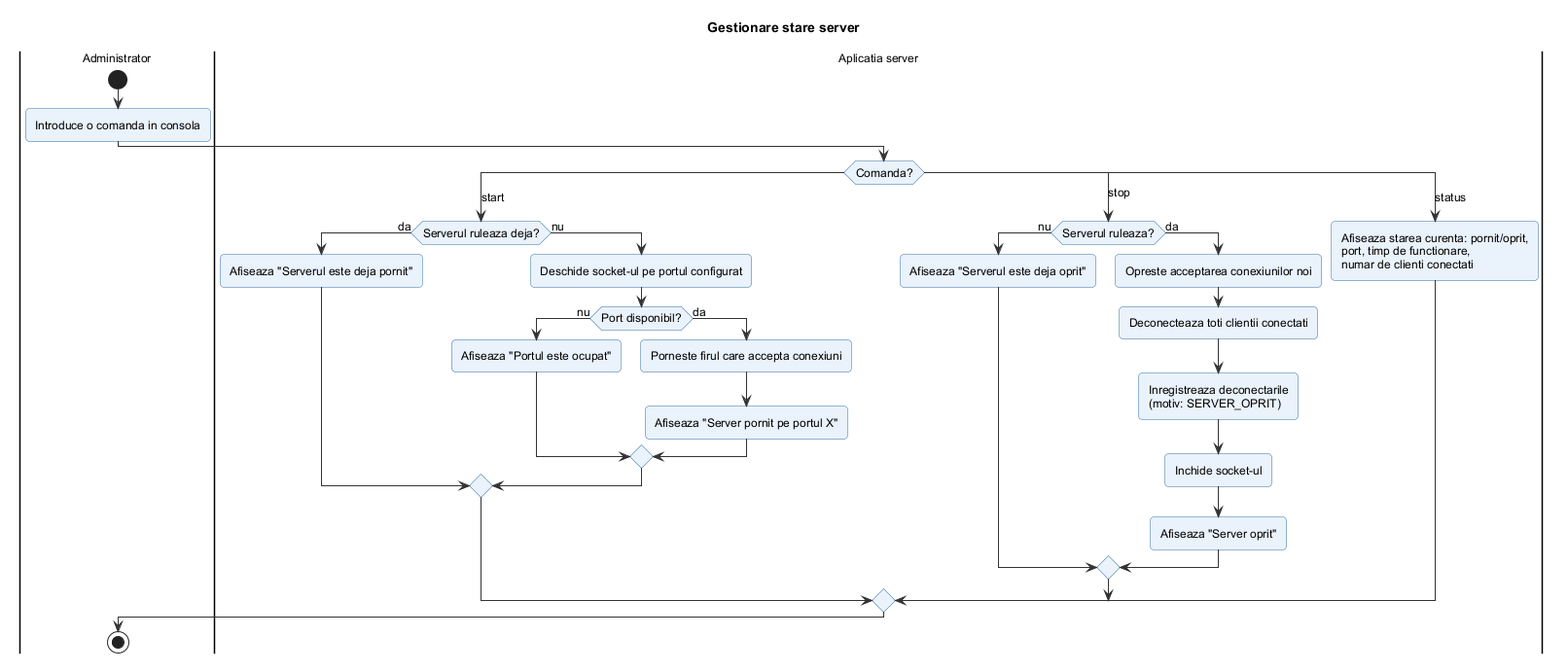
Earlier version of the PlantUML export docs/diagrame/2_activitati/gestionare_stare_server.png (filip-eanu/ProiectIS).
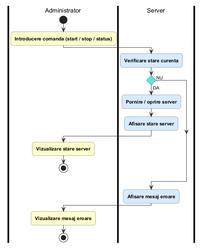
Above is the later version.

Diff of the diagram source:
```diff
@@ -1,40 +1,22 @@
 @startuml gestionare_stare_server
-!include ../_stil.iuml
-title Gestionare stare server
+!include ../_stil_activitati.iuml
 
 |Administrator|
 start
-:Introduce o comanda in consola;
-|Aplicatia server|
-switch (Comanda?)
-case (start)
-  if (Serverul ruleaza deja?) then (da)
-    :Afiseaza "Serverul este deja pornit";
-  else (nu)
-    :Deschide socket-ul pe portul configurat;
-    if (Port disponibil?) then (nu)
-      :Afiseaza "Portul este ocupat";
-    else (da)
-      :Porneste firul care accepta conexiuni;
-      :Afiseaza "Server pornit pe portul X";
-    endif
-  endif
-case (stop)
-  if (Serverul ruleaza?) then (nu)
-    :Afiseaza "Serverul este deja oprit";
-  else (da)
-    :Opreste acceptarea conexiunilor noi;
-    :Deconecteaza toti clientii conectati;
-    :Inregistreaza deconectarile
-    (motiv: SERVER_OPRIT);
-    :Inchide socket-ul;
-    :Afiseaza "Server oprit";
-  endif
-case (status)
-  :Afiseaza starea curenta: pornit/oprit,
-  port, timp de functionare,
-  numar de clienti conectati;
-endswitch
+$A("Introducere comanda (start / stop / status)")
+|Server|
+$S("Verificare stare curenta")
+if () then (DA)
+  $S("Pornire / oprire server")
+  $S("Afisare stare server")
+  |Administrator|
+  $A("Vizualizare stare server")
+  stop
+else (NU)
+endif
+|Server|
+$S("Afisare mesaj eroare")
 |Administrator|
+$A("Vizualizare mesaj eroare")
 stop
 @enduml
```
